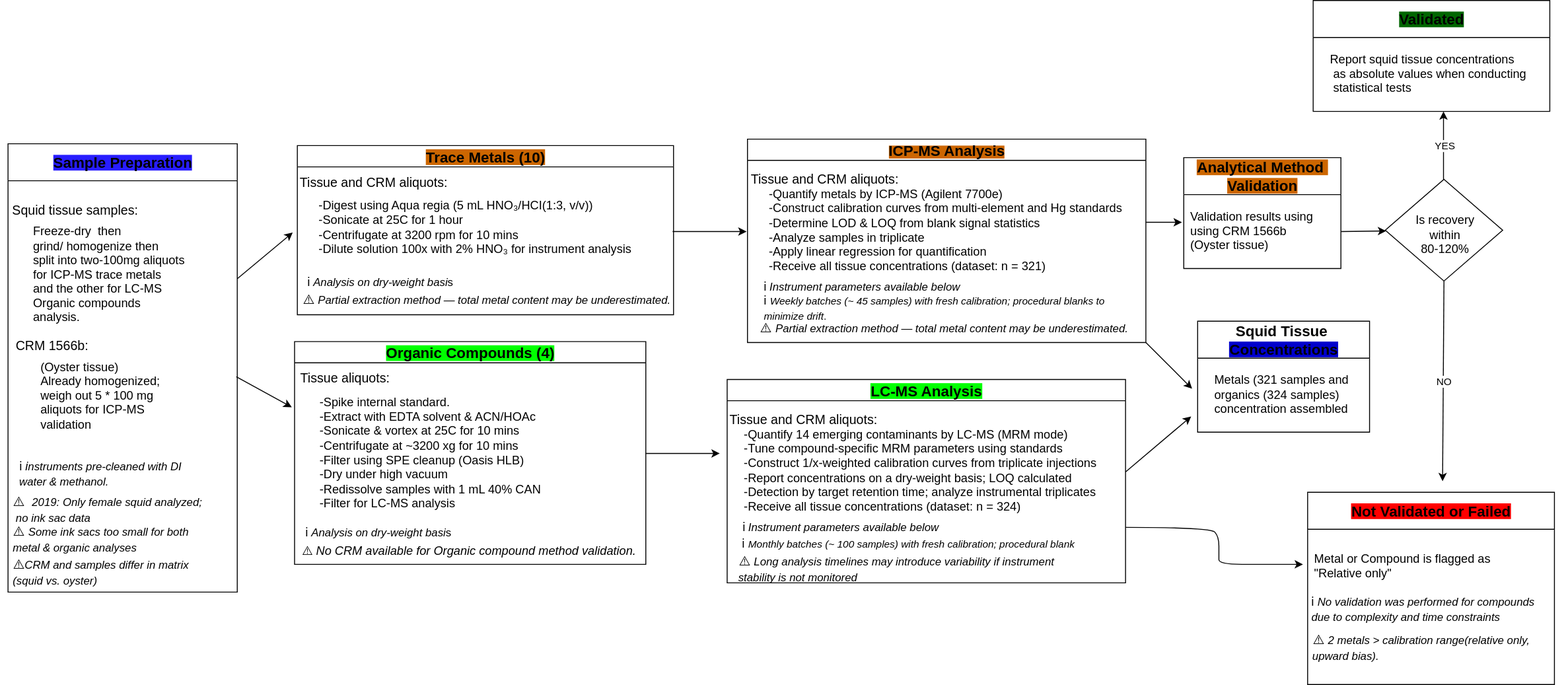
Before: docs/Analytical_flowchart.svg, a diagram exported from draw.io (Euchie23/SquidStack). Source tidied: cells renumbered, new cells last; positions are measured from the earlier drawing's top-left corner, leaving out a move shared by most shapes.
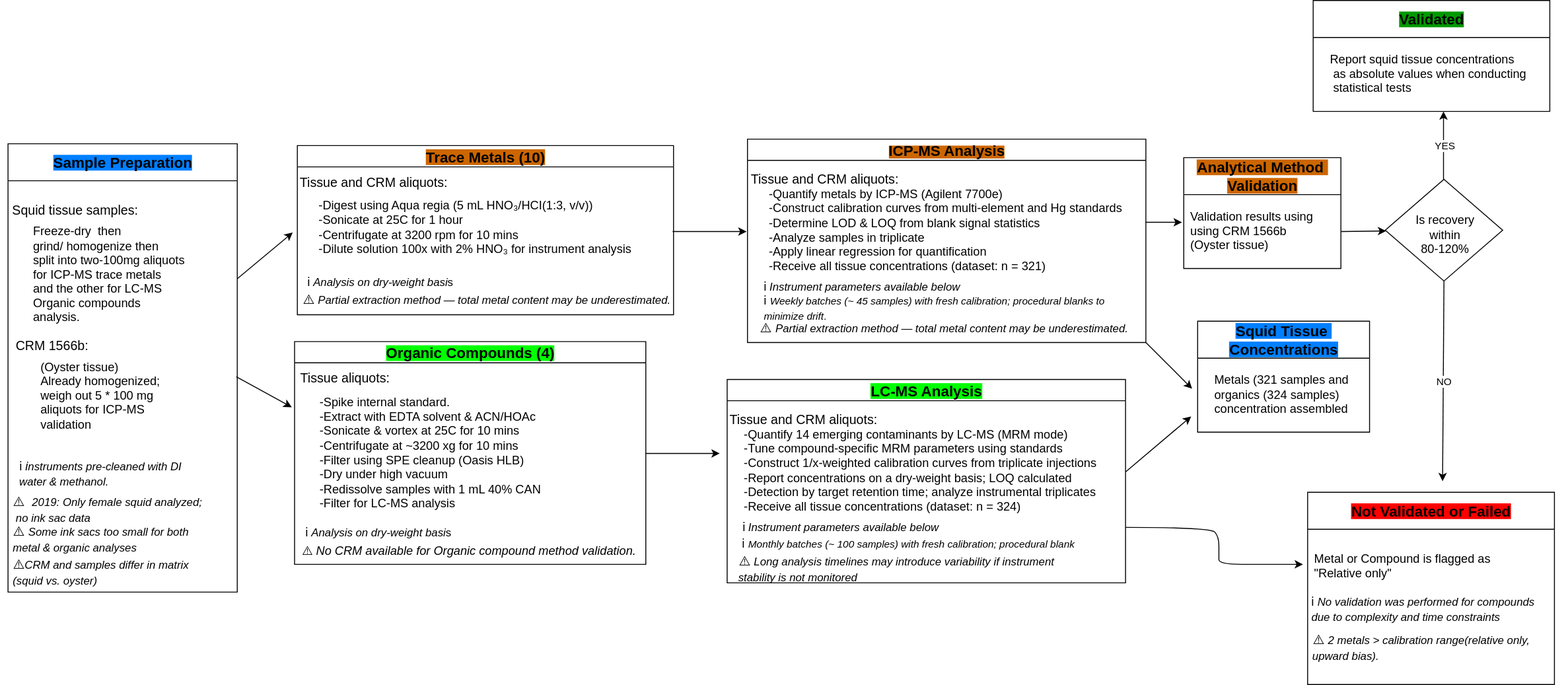
Above is the later version.

Commit message:
Uploaded updated Analytical flowchart

The edit, as a diff of the source:
```diff
@@ -2,7 +2,7 @@
   <root>
     <mxCell id="0" />
     <mxCell id="1" parent="0" />
-    <mxCell id="2" value="&lt;font style=&quot;font-size: 16px; background-color: light-dark(rgb(40, 29, 255), rgb(40, 29, 255));&quot;&gt;Sample Preparation&lt;/font&gt;" style="swimlane;whiteSpace=wrap;html=1;startSize=40;" parent="1" vertex="1">
+    <mxCell id="2" value="&lt;font style=&quot;font-size: 16px; background-color: light-dark(rgb(0, 127, 255), rgb(0, 127, 255));&quot;&gt;Sample Preparation&lt;/font&gt;" style="swimlane;whiteSpace=wrap;html=1;startSize=40;" parent="1" vertex="1">
       <mxGeometry x="8" y="155" width="248" height="485" as="geometry" />
     </mxCell>
     <mxCell id="3" value="&lt;font&gt;Squid tissue samples:&lt;/font&gt;" style="text;html=1;align=center;verticalAlign=middle;strokeColor=none;fillColor=none;fontSize=14;" parent="2" vertex="1">
@@ -113,7 +113,7 @@
         <mxPoint x="778" y="490" as="targetPoint" />
       </mxGeometry>
     </mxCell>
-    <mxCell id="35" value="&lt;span style=&quot;font-size: 16px; background-color: light-dark(rgb(255, 255, 255), rgb(0, 0, 204));&quot;&gt;&lt;font style=&quot;&quot;&gt;Squid Tissue&amp;nbsp;&lt;/font&gt;&lt;/span&gt;&lt;div&gt;&lt;span style=&quot;font-size: 16px; background-color: light-dark(rgb(0, 0, 204), rgb(0, 0, 204));&quot;&gt;&lt;font style=&quot;&quot;&gt;Concentrations&lt;/font&gt;&lt;/span&gt;&lt;/div&gt;" style="swimlane;whiteSpace=wrap;html=1;startSize=40;labelBackgroundColor=none;" parent="1" vertex="1">
+    <mxCell id="35" value="&lt;span style=&quot;font-size: 16px; background-color: light-dark(rgb(0, 127, 255), rgb(0, 127, 255));&quot;&gt;&lt;font style=&quot;&quot;&gt;Squid Tissue&amp;nbsp;&lt;/font&gt;&lt;/span&gt;&lt;div&gt;&lt;span style=&quot;font-size: 16px; background-color: light-dark(rgb(0, 127, 255), rgb(0, 127, 255));&quot;&gt;&lt;font style=&quot;&quot;&gt;Concentrations&lt;/font&gt;&lt;/span&gt;&lt;/div&gt;" style="swimlane;whiteSpace=wrap;html=1;startSize=40;labelBackgroundColor=none;" parent="1" vertex="1">
       <mxGeometry x="1295" y="347" width="186" height="120" as="geometry" />
     </mxCell>
     <mxCell id="36" value="&lt;div&gt;Metals (321 samples and&amp;nbsp;&lt;/div&gt;&lt;div&gt;organics (324 samples)&lt;/div&gt;&lt;div&gt;concentration assembled&lt;/div&gt;" style="text;html=1;align=left;verticalAlign=middle;strokeColor=none;fillColor=none;fontSize=13;" parent="35" vertex="1">
@@ -174,7 +174,7 @@
     <mxCell id="51" value="YES" style="edgeLabel;html=1;align=center;verticalAlign=middle;" parent="50" vertex="1">
       <mxGeometry relative="1" as="geometry" />
     </mxCell>
-    <mxCell id="52" value="&lt;span style=&quot;font-size: 16px; background-color: light-dark(rgb(0, 102, 0), rgb(0, 102, 0));&quot;&gt;Validated&lt;/span&gt;" style="swimlane;whiteSpace=wrap;html=1;startSize=40;labelBackgroundColor=none;" parent="1" vertex="1">
+    <mxCell id="52" value="&lt;span style=&quot;font-size: 16px; background-color: light-dark(rgb(0, 153, 0), rgb(0, 153, 0));&quot;&gt;Validated&lt;/span&gt;" style="swimlane;whiteSpace=wrap;html=1;startSize=40;labelBackgroundColor=none;" parent="1" vertex="1">
       <mxGeometry x="1420" width="256" height="120" as="geometry" />
     </mxCell>
     <mxCell id="53" value="Report squid tissue concentrations&lt;div&gt;&amp;nbsp;as absolute values when conducting&lt;br&gt;&amp;nbsp;statistical tests&lt;/div&gt;" style="text;html=1;align=left;verticalAlign=middle;strokeColor=none;fillColor=none;fontSize=13;" parent="52" vertex="1">
```
